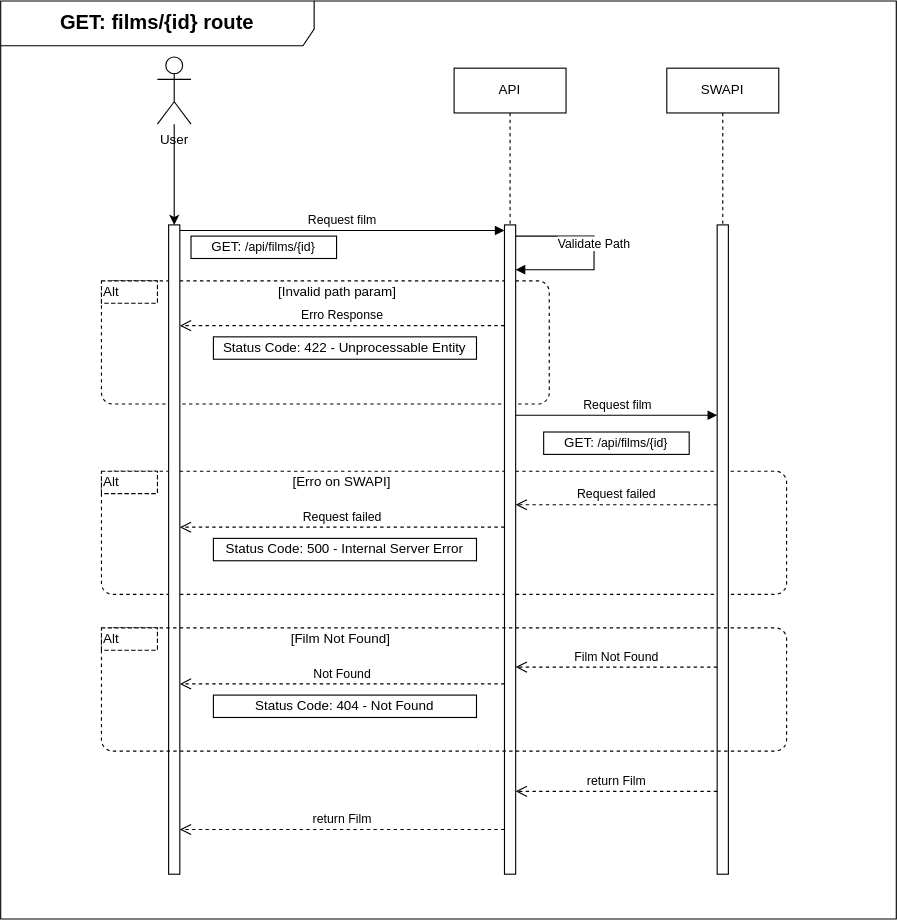
Above: docs/diagrams/Diagrama de rotas film id.svg in KhovetS2/starwars-api (draw.io), before the change. Source tidied: cells renumbered, new cells last; positions are measured from the earlier drawing's top-left corner, leaving out a move shared by most shapes.
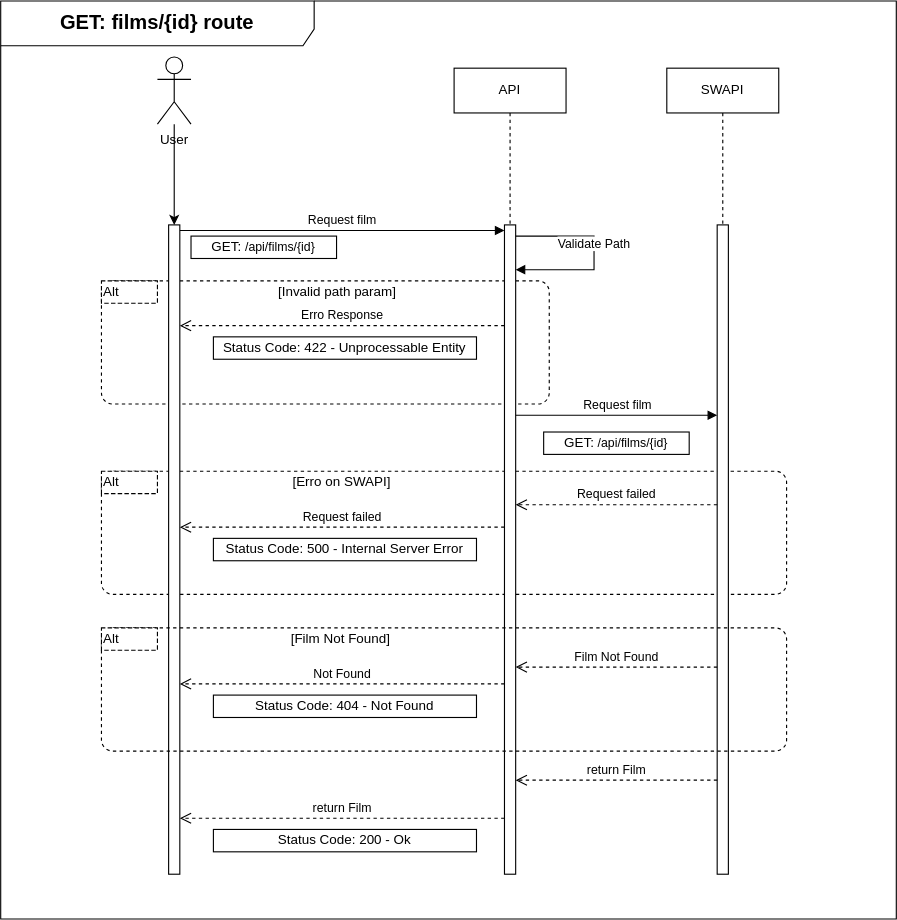
After the commit.

Diff of the diagram source:
```diff
@@ -16,8 +16,8 @@
     </mxCell>
     <mxCell id="6" value="return Film" style="html=1;verticalAlign=bottom;endArrow=open;dashed=1;endSize=8;curved=0;rounded=0;" parent="1" edge="1">
       <mxGeometry relative="1" as="geometry">
-        <mxPoint x="450" y="740" as="sourcePoint" />
-        <mxPoint x="160" y="740" as="targetPoint" />
+        <mxPoint x="450" y="730" as="sourcePoint" />
+        <mxPoint x="160" y="730" as="targetPoint" />
       </mxGeometry>
     </mxCell>
     <mxCell id="7" style="html=1;perimeter=orthogonalPerimeter;targetShapes=umlLifeline;newEdgeStyle={&quot;curved&quot;:0,&quot;rounded&quot;:0};" parent="1" vertex="1">
@@ -99,8 +99,8 @@
     </mxCell>
     <mxCell id="28" value="return Film" style="html=1;verticalAlign=bottom;endArrow=open;dashed=1;endSize=8;curved=0;rounded=0;" parent="1" edge="1">
       <mxGeometry relative="1" as="geometry">
-        <mxPoint x="640" y="706" as="sourcePoint" />
-        <mxPoint x="460" y="706" as="targetPoint" />
+        <mxPoint x="640" y="696" as="sourcePoint" />
+        <mxPoint x="460" y="696" as="targetPoint" />
       </mxGeometry>
     </mxCell>
     <mxCell id="29" value="Not Found" style="html=1;verticalAlign=bottom;endArrow=open;dashed=1;endSize=8;curved=0;rounded=0;" parent="1" edge="1">
@@ -133,5 +133,8 @@
         <mxPoint x="160" y="290" as="targetPoint" />
       </mxGeometry>
     </mxCell>
+    <mxCell id="34" value="Status Code: 200 - Ok" style="rounded=0;whiteSpace=wrap;html=1;" parent="1" vertex="1">
+      <mxGeometry x="190" y="740" width="235" height="20" as="geometry" />
+    </mxCell>
   </root>
 </mxGraphModel>
```
